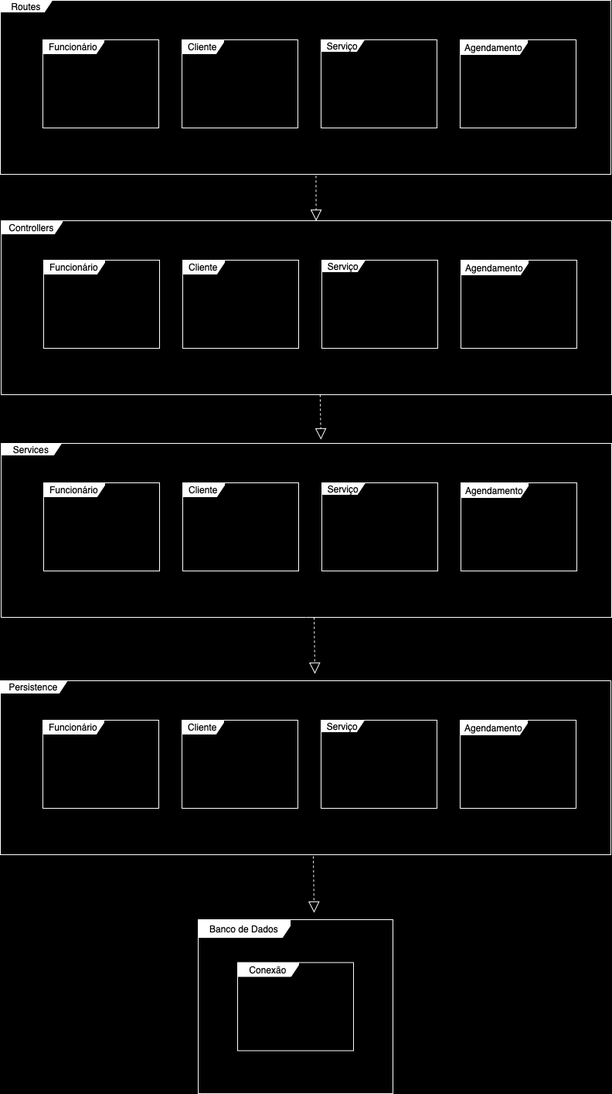
Bernardo-Bertante/ProjetoPetShop keeps this draw.io diagram as Requisitos/Diagrama de Pacotes.drawio.png. Above is the earlier version. Source tidied: cells renumbered, new cells last; positions are measured from the earlier drawing's top-left corner, leaving out a move shared by most shapes.
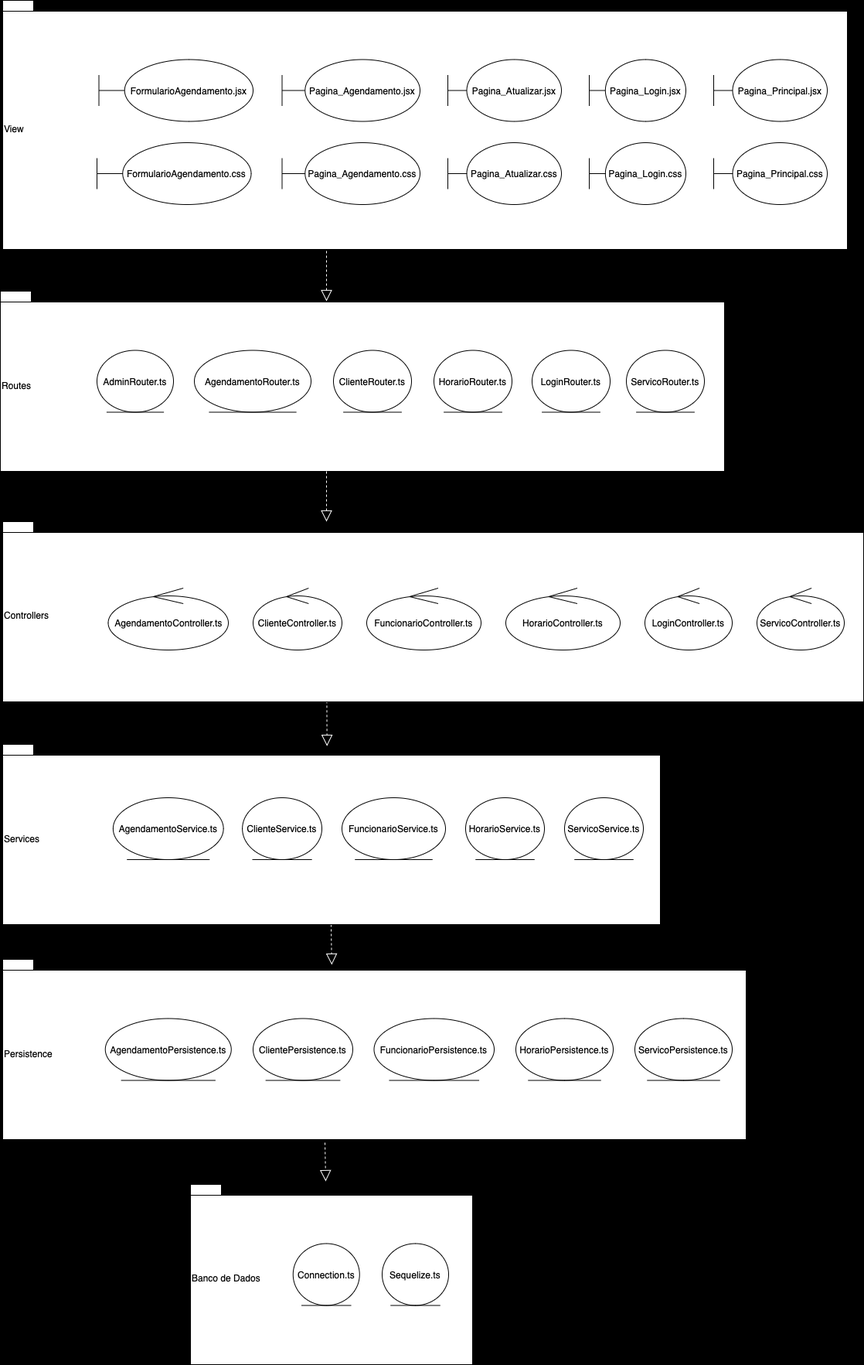
Above is the later version.

Change to the diagram source:
```diff
@@ -2,77 +2,17 @@
   <root>
     <mxCell id="0" />
     <mxCell id="1" parent="0" />
-    <mxCell id="2" value="Routes" style="shape=umlFrame;whiteSpace=wrap;html=1;strokeColor=#FFFFFF;width=67;height=15;" parent="1" vertex="1">
-      <mxGeometry width="790" height="225" as="geometry" />
-    </mxCell>
-    <mxCell id="3" value="Funcionário" style="shape=umlFrame;whiteSpace=wrap;html=1;strokeColor=#FFFFFF;width=79;height=18;" parent="1" vertex="1">
-      <mxGeometry x="55" y="51" width="150" height="114" as="geometry" />
-    </mxCell>
-    <mxCell id="4" value="Agendamento" style="shape=umlFrame;whiteSpace=wrap;html=1;strokeColor=#FFFFFF;width=87;height=19;" parent="1" vertex="1">
-      <mxGeometry x="595" y="51" width="150" height="114" as="geometry" />
-    </mxCell>
-    <mxCell id="5" value="Serviço" style="shape=umlFrame;whiteSpace=wrap;html=1;strokeColor=#FFFFFF;width=56;height=15;" parent="1" vertex="1">
-      <mxGeometry x="415" y="51" width="150" height="114" as="geometry" />
-    </mxCell>
-    <mxCell id="6" value="Cliente" style="shape=umlFrame;whiteSpace=wrap;html=1;strokeColor=#FFFFFF;width=54;height=18;" parent="1" vertex="1">
-      <mxGeometry x="235" y="51" width="150" height="114" as="geometry" />
-    </mxCell>
-    <mxCell id="7" value="Controllers" style="shape=umlFrame;whiteSpace=wrap;html=1;strokeColor=#FFFFFF;width=79;height=17;" parent="1" vertex="1">
-      <mxGeometry x="1" y="285" width="790" height="225" as="geometry" />
-    </mxCell>
-    <mxCell id="8" value="Funcionário" style="shape=umlFrame;whiteSpace=wrap;html=1;strokeColor=#FFFFFF;width=79;height=18;" parent="1" vertex="1">
-      <mxGeometry x="56" y="336" width="150" height="114" as="geometry" />
-    </mxCell>
-    <mxCell id="9" value="Agendamento" style="shape=umlFrame;whiteSpace=wrap;html=1;strokeColor=#FFFFFF;width=87;height=19;" parent="1" vertex="1">
-      <mxGeometry x="596" y="336" width="150" height="114" as="geometry" />
-    </mxCell>
-    <mxCell id="10" value="Serviço" style="shape=umlFrame;whiteSpace=wrap;html=1;strokeColor=#FFFFFF;width=56;height=15;" parent="1" vertex="1">
-      <mxGeometry x="416" y="336" width="150" height="114" as="geometry" />
-    </mxCell>
-    <mxCell id="11" value="Cliente" style="shape=umlFrame;whiteSpace=wrap;html=1;strokeColor=#FFFFFF;width=54;height=18;" parent="1" vertex="1">
-      <mxGeometry x="236" y="336" width="150" height="114" as="geometry" />
-    </mxCell>
-    <mxCell id="12" value="Services" style="shape=umlFrame;whiteSpace=wrap;html=1;strokeColor=#FFFFFF;width=78;height=15;" parent="1" vertex="1">
-      <mxGeometry x="1" y="573" width="790" height="225" as="geometry" />
-    </mxCell>
-    <mxCell id="13" value="Funcionário" style="shape=umlFrame;whiteSpace=wrap;html=1;strokeColor=#FFFFFF;width=79;height=18;" parent="1" vertex="1">
-      <mxGeometry x="56" y="624" width="150" height="114" as="geometry" />
-    </mxCell>
-    <mxCell id="14" value="Agendamento" style="shape=umlFrame;whiteSpace=wrap;html=1;strokeColor=#FFFFFF;width=87;height=19;" parent="1" vertex="1">
-      <mxGeometry x="596" y="624" width="150" height="114" as="geometry" />
-    </mxCell>
-    <mxCell id="15" value="Serviço" style="shape=umlFrame;whiteSpace=wrap;html=1;strokeColor=#FFFFFF;width=56;height=15;" parent="1" vertex="1">
-      <mxGeometry x="416" y="624" width="150" height="114" as="geometry" />
-    </mxCell>
-    <mxCell id="16" value="Cliente" style="shape=umlFrame;whiteSpace=wrap;html=1;strokeColor=#FFFFFF;width=54;height=18;" parent="1" vertex="1">
-      <mxGeometry x="236" y="624" width="150" height="114" as="geometry" />
-    </mxCell>
-    <mxCell id="17" style="edgeStyle=orthogonalEdgeStyle;rounded=0;jettySize=auto;html=1;" parent="1" edge="1" source="18" target="12">
-      <mxGeometry relative="1" as="geometry" />
+    <mxCell id="17" style="edgeStyle=orthogonalEdgeStyle;rounded=0;orthogonalLoop=1;jettySize=auto;html=1;" parent="1" edge="1">
+      <mxGeometry relative="1" as="geometry">
+        <mxPoint x="395" y="880" as="sourcePoint" />
+        <mxPoint x="396" y="798" as="targetPoint" />
+      </mxGeometry>
     </mxCell>
-    <mxCell id="18" value="Persistence" style="shape=umlFrame;whiteSpace=wrap;html=1;strokeColor=#FFFFFF;width=86;height=16;" parent="1" vertex="1">
-      <mxGeometry y="880" width="790" height="225" as="geometry" />
-    </mxCell>
-    <mxCell id="19" value="Funcionário" style="shape=umlFrame;whiteSpace=wrap;html=1;strokeColor=#FFFFFF;width=79;height=18;" parent="1" vertex="1">
-      <mxGeometry x="55" y="931" width="150" height="114" as="geometry" />
-    </mxCell>
-    <mxCell id="20" value="Agendamento" style="shape=umlFrame;whiteSpace=wrap;html=1;strokeColor=#FFFFFF;width=87;height=19;" parent="1" vertex="1">
-      <mxGeometry x="595" y="931" width="150" height="114" as="geometry" />
-    </mxCell>
-    <mxCell id="21" value="Serviço" style="shape=umlFrame;whiteSpace=wrap;html=1;strokeColor=#FFFFFF;width=56;height=15;" parent="1" vertex="1">
-      <mxGeometry x="415" y="931" width="150" height="114" as="geometry" />
-    </mxCell>
-    <mxCell id="22" value="Cliente" style="shape=umlFrame;whiteSpace=wrap;html=1;strokeColor=#FFFFFF;width=54;height=18;" parent="1" vertex="1">
-      <mxGeometry x="235" y="931" width="150" height="114" as="geometry" />
-    </mxCell>
-    <mxCell id="23" value="Banco de Dados" style="shape=umlFrame;whiteSpace=wrap;html=1;strokeColor=#FFFFFF;width=119;height=23;" parent="1" vertex="1">
-      <mxGeometry x="256" y="1189" width="252" height="225" as="geometry" />
-    </mxCell>
-    <mxCell id="24" value="Conexão" style="shape=umlFrame;whiteSpace=wrap;html=1;strokeColor=#FFFFFF;width=79;height=18;" parent="1" vertex="1">
-      <mxGeometry x="307" y="1244.5" width="150" height="114" as="geometry" />
-    </mxCell>
-    <mxCell id="25" style="endArrow=block;dashed=1;endFill=0;endSize=12;html=1;rounded=0;exitX=0.517;exitY=1.008;exitDx=0;exitDy=0;exitPerimeter=0;strokeColor=#FFFFFF;entryX=0.516;entryY=0.001;entryDx=0;entryDy=0;entryPerimeter=0;" parent="1" edge="1" source="2" target="7">
-      <mxGeometry relative="1" as="geometry" />
+    <mxCell id="25" style="endArrow=block;dashed=1;endFill=0;endSize=12;html=1;rounded=0;exitX=0.517;exitY=1.008;exitDx=0;exitDy=0;exitPerimeter=0;strokeColor=#FFFFFF;entryX=0.516;entryY=0.001;entryDx=0;entryDy=0;entryPerimeter=0;" parent="1" edge="1">
+      <mxGeometry relative="1" as="geometry">
+        <mxPoint x="408.4" y="226.8" as="sourcePoint" />
+        <mxPoint x="408.6" y="285.2" as="targetPoint" />
+      </mxGeometry>
     </mxCell>
     <mxCell id="26" style="endArrow=block;dashed=1;endFill=0;endSize=12;html=1;rounded=0;exitX=0.517;exitY=1.008;exitDx=0;exitDy=0;exitPerimeter=0;strokeColor=#FFFFFF;entryX=0.516;entryY=0.001;entryDx=0;entryDy=0;entryPerimeter=0;" parent="1" edge="1">
       <mxGeometry relative="1" as="geometry">
@@ -83,14 +23,140 @@
     <mxCell id="27" style="endArrow=block;dashed=1;endFill=0;endSize=12;html=1;rounded=0;exitX=0.517;exitY=1.008;exitDx=0;exitDy=0;exitPerimeter=0;strokeColor=#FFFFFF;" parent="1" edge="1">
       <mxGeometry relative="1" as="geometry">
         <mxPoint x="406" y="798" as="sourcePoint" />
-        <mxPoint x="407" y="871" as="targetPoint" />
+        <mxPoint x="407" y="848" as="targetPoint" />
       </mxGeometry>
     </mxCell>
-    <mxCell id="28" style="endArrow=block;dashed=1;endFill=0;endSize=12;html=1;rounded=0;exitX=0.517;exitY=1.008;exitDx=0;exitDy=0;exitPerimeter=0;strokeColor=#FFFFFF;" parent="1" edge="1">
-      <mxGeometry relative="1" as="geometry">
-        <mxPoint x="405" y="1107" as="sourcePoint" />
-        <mxPoint x="406" y="1180" as="targetPoint" />
-      </mxGeometry>
-    </mxCell>
+    <mxCell id="29" value="&lt;span style=&quot;font-weight: 400;&quot;&gt;View&lt;/span&gt;" style="shape=folder;fontStyle=1;spacingTop=10;tabWidth=40;tabHeight=14;tabPosition=left;html=1;whiteSpace=wrap;align=left;" parent="1" vertex="1">
+      <mxGeometry x="-11" y="-679" width="1093" height="322" as="geometry" />
+    </mxCell>
+    <mxCell id="2" value="&lt;span style=&quot;font-weight: 400;&quot;&gt;Routes&lt;/span&gt;" style="shape=folder;fontStyle=1;spacingTop=10;tabWidth=40;tabHeight=14;tabPosition=left;html=1;whiteSpace=wrap;align=left;" parent="1" vertex="1">
+      <mxGeometry x="-14" y="-303" width="937" height="233" as="geometry" />
+    </mxCell>
+    <mxCell id="7" value="&lt;span style=&quot;font-weight: 400;&quot;&gt;Controllers&lt;/span&gt;" style="shape=folder;fontStyle=1;spacingTop=10;tabWidth=40;tabHeight=14;tabPosition=left;html=1;whiteSpace=wrap;align=left;" parent="1" vertex="1">
+      <mxGeometry x="-11" y="-5" width="1114" height="233" as="geometry" />
+    </mxCell>
+    <mxCell id="12" value="&lt;span style=&quot;font-weight: 400;&quot;&gt;Services&lt;/span&gt;" style="shape=folder;fontStyle=1;spacingTop=10;tabWidth=40;tabHeight=14;tabPosition=left;html=1;whiteSpace=wrap;align=left;" parent="1" vertex="1">
+      <mxGeometry x="-11" y="283" width="851" height="233" as="geometry" />
+    </mxCell>
+    <mxCell id="18" value="&lt;span style=&quot;font-weight: 400;&quot;&gt;Persistence&lt;/span&gt;" style="shape=folder;fontStyle=1;spacingTop=10;tabWidth=40;tabHeight=14;tabPosition=left;html=1;whiteSpace=wrap;align=left;" parent="1" vertex="1">
+      <mxGeometry x="-11" y="561" width="962" height="233" as="geometry" />
+    </mxCell>
+    <mxCell id="23" value="&lt;span style=&quot;font-weight: 400;&quot;&gt;Banco de Dados&lt;/span&gt;" style="shape=folder;fontStyle=1;spacingTop=10;tabWidth=40;tabHeight=14;tabPosition=left;html=1;whiteSpace=wrap;align=left;" parent="1" vertex="1">
+      <mxGeometry x="232" y="852" width="365" height="233" as="geometry" />
+    </mxCell>
+    <mxCell id="30" style="endArrow=block;dashed=1;endFill=0;endSize=12;html=1;rounded=0;exitX=0.517;exitY=1.008;exitDx=0;exitDy=0;exitPerimeter=0;strokeColor=#FFFFFF;" parent="1" edge="1">
+      <mxGeometry relative="1" as="geometry">
+        <mxPoint x="408" y="-70" as="sourcePoint" />
+        <mxPoint x="408" y="-5" as="targetPoint" />
+      </mxGeometry>
+    </mxCell>
+    <mxCell id="31" style="endArrow=block;dashed=1;endFill=0;endSize=12;html=1;rounded=0;exitX=0.517;exitY=1.008;exitDx=0;exitDy=0;exitPerimeter=0;strokeColor=#FFFFFF;" parent="1" edge="1">
+      <mxGeometry relative="1" as="geometry">
+        <mxPoint x="408" y="-355" as="sourcePoint" />
+        <mxPoint x="408" y="-290" as="targetPoint" />
+      </mxGeometry>
+    </mxCell>
+    <mxCell id="32" value="AgendamentoController.ts" style="ellipse;shape=umlControl;whiteSpace=wrap;html=1;" parent="1" vertex="1">
+      <mxGeometry x="125.5" y="81" width="155.5" height="80" as="geometry" />
+    </mxCell>
+    <mxCell id="33" value="FormularioAgendamento.jsx" style="shape=umlBoundary;whiteSpace=wrap;html=1;" parent="1" vertex="1">
+      <mxGeometry x="113.5" y="-602.5" width="199.5" height="80" as="geometry" />
+    </mxCell>
+    <mxCell id="34" value="AdminRouter.ts" style="ellipse;shape=umlEntity;whiteSpace=wrap;html=1;" parent="1" vertex="1">
+      <mxGeometry x="111" y="-226.5" width="99" height="80" as="geometry" />
+    </mxCell>
+    <mxCell id="35" value="AgendamentoService.ts" style="ellipse;shape=umlEntity;whiteSpace=wrap;html=1;" parent="1" vertex="1">
+      <mxGeometry x="131.9" y="352" width="142.8" height="80" as="geometry" />
+    </mxCell>
+    <mxCell id="36" value="AgendamentoPersistence.ts" style="ellipse;shape=umlEntity;whiteSpace=wrap;html=1;" parent="1" vertex="1">
+      <mxGeometry x="121.8" y="637.5" width="163" height="80" as="geometry" />
+    </mxCell>
+    <mxCell id="37" value="Connection.ts" style="ellipse;shape=umlEntity;whiteSpace=wrap;html=1;" parent="1" vertex="1">
+      <mxGeometry x="364.8" y="928.5" width="86" height="80" as="geometry" />
+    </mxCell>
+    <mxCell id="38" value="AgendamentoRouter.ts" style="ellipse;shape=umlEntity;whiteSpace=wrap;html=1;" parent="1" vertex="1">
+      <mxGeometry x="237" y="-226.5" width="151" height="80" as="geometry" />
+    </mxCell>
+    <mxCell id="39" value="ClienteRouter.ts" style="ellipse;shape=umlEntity;whiteSpace=wrap;html=1;" parent="1" vertex="1">
+      <mxGeometry x="417" y="-226.5" width="101" height="80" as="geometry" />
+    </mxCell>
+    <mxCell id="40" value="HorarioRouter.ts" style="ellipse;shape=umlEntity;whiteSpace=wrap;html=1;" parent="1" vertex="1">
+      <mxGeometry x="547" y="-226.5" width="101" height="80" as="geometry" />
+    </mxCell>
+    <mxCell id="41" value="LoginRouter.ts" style="ellipse;shape=umlEntity;whiteSpace=wrap;html=1;" parent="1" vertex="1">
+      <mxGeometry x="674" y="-226.5" width="101" height="80" as="geometry" />
+    </mxCell>
+    <mxCell id="42" value="ServicoRouter.ts" style="ellipse;shape=umlEntity;whiteSpace=wrap;html=1;" parent="1" vertex="1">
+      <mxGeometry x="796" y="-226.5" width="101" height="80" as="geometry" />
+    </mxCell>
+    <mxCell id="43" value="ClienteController.ts" style="ellipse;shape=umlControl;whiteSpace=wrap;html=1;" parent="1" vertex="1">
+      <mxGeometry x="313" y="81" width="115" height="80" as="geometry" />
+    </mxCell>
+    <mxCell id="44" value="FuncionarioController.ts" style="ellipse;shape=umlControl;whiteSpace=wrap;html=1;" parent="1" vertex="1">
+      <mxGeometry x="460" y="81" width="148" height="80" as="geometry" />
+    </mxCell>
+    <mxCell id="45" value="HorarioController.ts" style="ellipse;shape=umlControl;whiteSpace=wrap;html=1;" parent="1" vertex="1">
+      <mxGeometry x="640" y="81" width="148" height="80" as="geometry" />
+    </mxCell>
+    <mxCell id="46" value="LoginController.ts" style="ellipse;shape=umlControl;whiteSpace=wrap;html=1;" parent="1" vertex="1">
+      <mxGeometry x="820" y="81" width="113" height="80" as="geometry" />
+    </mxCell>
+    <mxCell id="47" value="ServicoController.ts" style="ellipse;shape=umlControl;whiteSpace=wrap;html=1;" parent="1" vertex="1">
+      <mxGeometry x="965" y="81" width="113" height="80" as="geometry" />
+    </mxCell>
+    <mxCell id="48" value="ClienteService.ts" style="ellipse;shape=umlEntity;whiteSpace=wrap;html=1;" parent="1" vertex="1">
+      <mxGeometry x="299.1" y="352" width="102.9" height="80" as="geometry" />
+    </mxCell>
+    <mxCell id="49" value="FuncionarioService.ts" style="ellipse;shape=umlEntity;whiteSpace=wrap;html=1;" parent="1" vertex="1">
+      <mxGeometry x="428" y="352" width="134" height="80" as="geometry" />
+    </mxCell>
+    <mxCell id="50" value="HorarioService.ts" style="ellipse;shape=umlEntity;whiteSpace=wrap;html=1;" parent="1" vertex="1">
+      <mxGeometry x="588" y="352" width="102" height="80" as="geometry" />
+    </mxCell>
+    <mxCell id="51" value="ServicoService.ts" style="ellipse;shape=umlEntity;whiteSpace=wrap;html=1;" parent="1" vertex="1">
+      <mxGeometry x="716" y="352" width="102" height="80" as="geometry" />
+    </mxCell>
+    <mxCell id="52" value="ClientePersistence.ts" style="ellipse;shape=umlEntity;whiteSpace=wrap;html=1;" parent="1" vertex="1">
+      <mxGeometry x="313" y="637.5" width="129" height="80" as="geometry" />
+    </mxCell>
+    <mxCell id="53" value="FuncionarioPersistence.ts" style="ellipse;shape=umlEntity;whiteSpace=wrap;html=1;" parent="1" vertex="1">
+      <mxGeometry x="469.5" y="637.5" width="155.5" height="80" as="geometry" />
+    </mxCell>
+    <mxCell id="54" value="HorarioPersistence.ts" style="ellipse;shape=umlEntity;whiteSpace=wrap;html=1;" parent="1" vertex="1">
+      <mxGeometry x="653" y="637.5" width="126" height="80" as="geometry" />
+    </mxCell>
+    <mxCell id="55" value="ServicoPersistence.ts" style="ellipse;shape=umlEntity;whiteSpace=wrap;html=1;" parent="1" vertex="1">
+      <mxGeometry x="807" y="637.5" width="126" height="80" as="geometry" />
+    </mxCell>
+    <mxCell id="56" value="Sequelize.ts" style="ellipse;shape=umlEntity;whiteSpace=wrap;html=1;" parent="1" vertex="1">
+      <mxGeometry x="480" y="928.5" width="86" height="80" as="geometry" />
+    </mxCell>
+    <mxCell id="57" value="Pagina_Agendamento.jsx" style="shape=umlBoundary;whiteSpace=wrap;html=1;" parent="1" vertex="1">
+      <mxGeometry x="350.5" y="-602.5" width="178.5" height="80" as="geometry" />
+    </mxCell>
+    <mxCell id="58" value="Pagina_Atualizar.jsx" style="shape=umlBoundary;whiteSpace=wrap;html=1;" parent="1" vertex="1">
+      <mxGeometry x="565" y="-602.5" width="147" height="80" as="geometry" />
+    </mxCell>
+    <mxCell id="59" value="Pagina_Login.jsx" style="shape=umlBoundary;whiteSpace=wrap;html=1;" parent="1" vertex="1">
+      <mxGeometry x="748" y="-602.5" width="125" height="80" as="geometry" />
+    </mxCell>
+    <mxCell id="60" value="Pagina_Principal.jsx" style="shape=umlBoundary;whiteSpace=wrap;html=1;" parent="1" vertex="1">
+      <mxGeometry x="909" y="-602.5" width="147" height="80" as="geometry" />
+    </mxCell>
+    <mxCell id="61" value="FormularioAgendamento.css" style="shape=umlBoundary;whiteSpace=wrap;html=1;" parent="1" vertex="1">
+      <mxGeometry x="111" y="-495" width="199.5" height="80" as="geometry" />
+    </mxCell>
+    <mxCell id="62" value="Pagina_Agendamento.css" style="shape=umlBoundary;whiteSpace=wrap;html=1;" parent="1" vertex="1">
+      <mxGeometry x="350.5" y="-495" width="178.5" height="80" as="geometry" />
+    </mxCell>
+    <mxCell id="63" value="Pagina_Atualizar.css" style="shape=umlBoundary;whiteSpace=wrap;html=1;" parent="1" vertex="1">
+      <mxGeometry x="565" y="-495" width="147" height="80" as="geometry" />
+    </mxCell>
+    <mxCell id="64" value="Pagina_Login.css" style="shape=umlBoundary;whiteSpace=wrap;html=1;" parent="1" vertex="1">
+      <mxGeometry x="748" y="-495" width="125" height="80" as="geometry" />
+    </mxCell>
+    <mxCell id="65" value="Pagina_Principal.css" style="shape=umlBoundary;whiteSpace=wrap;html=1;" parent="1" vertex="1">
+      <mxGeometry x="909" y="-495" width="147" height="80" as="geometry" />
+    </mxCell>
   </root>
 </mxGraphModel>
```
